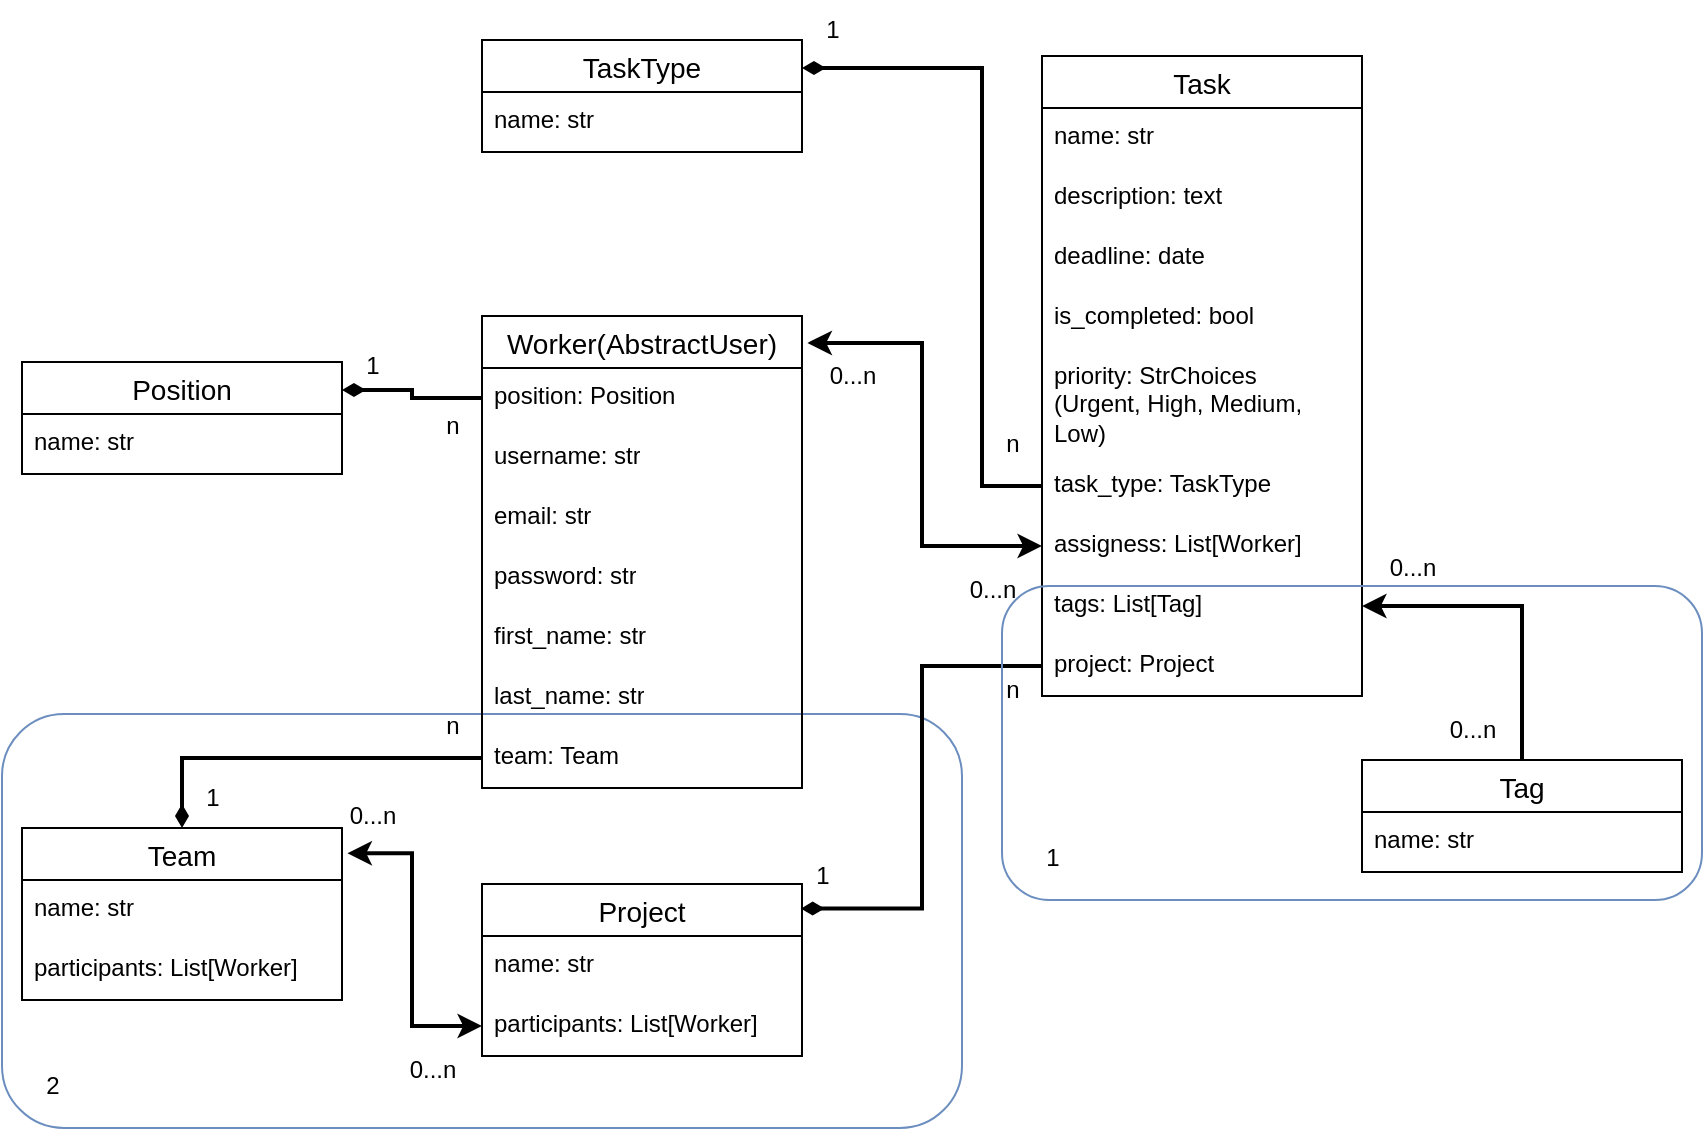
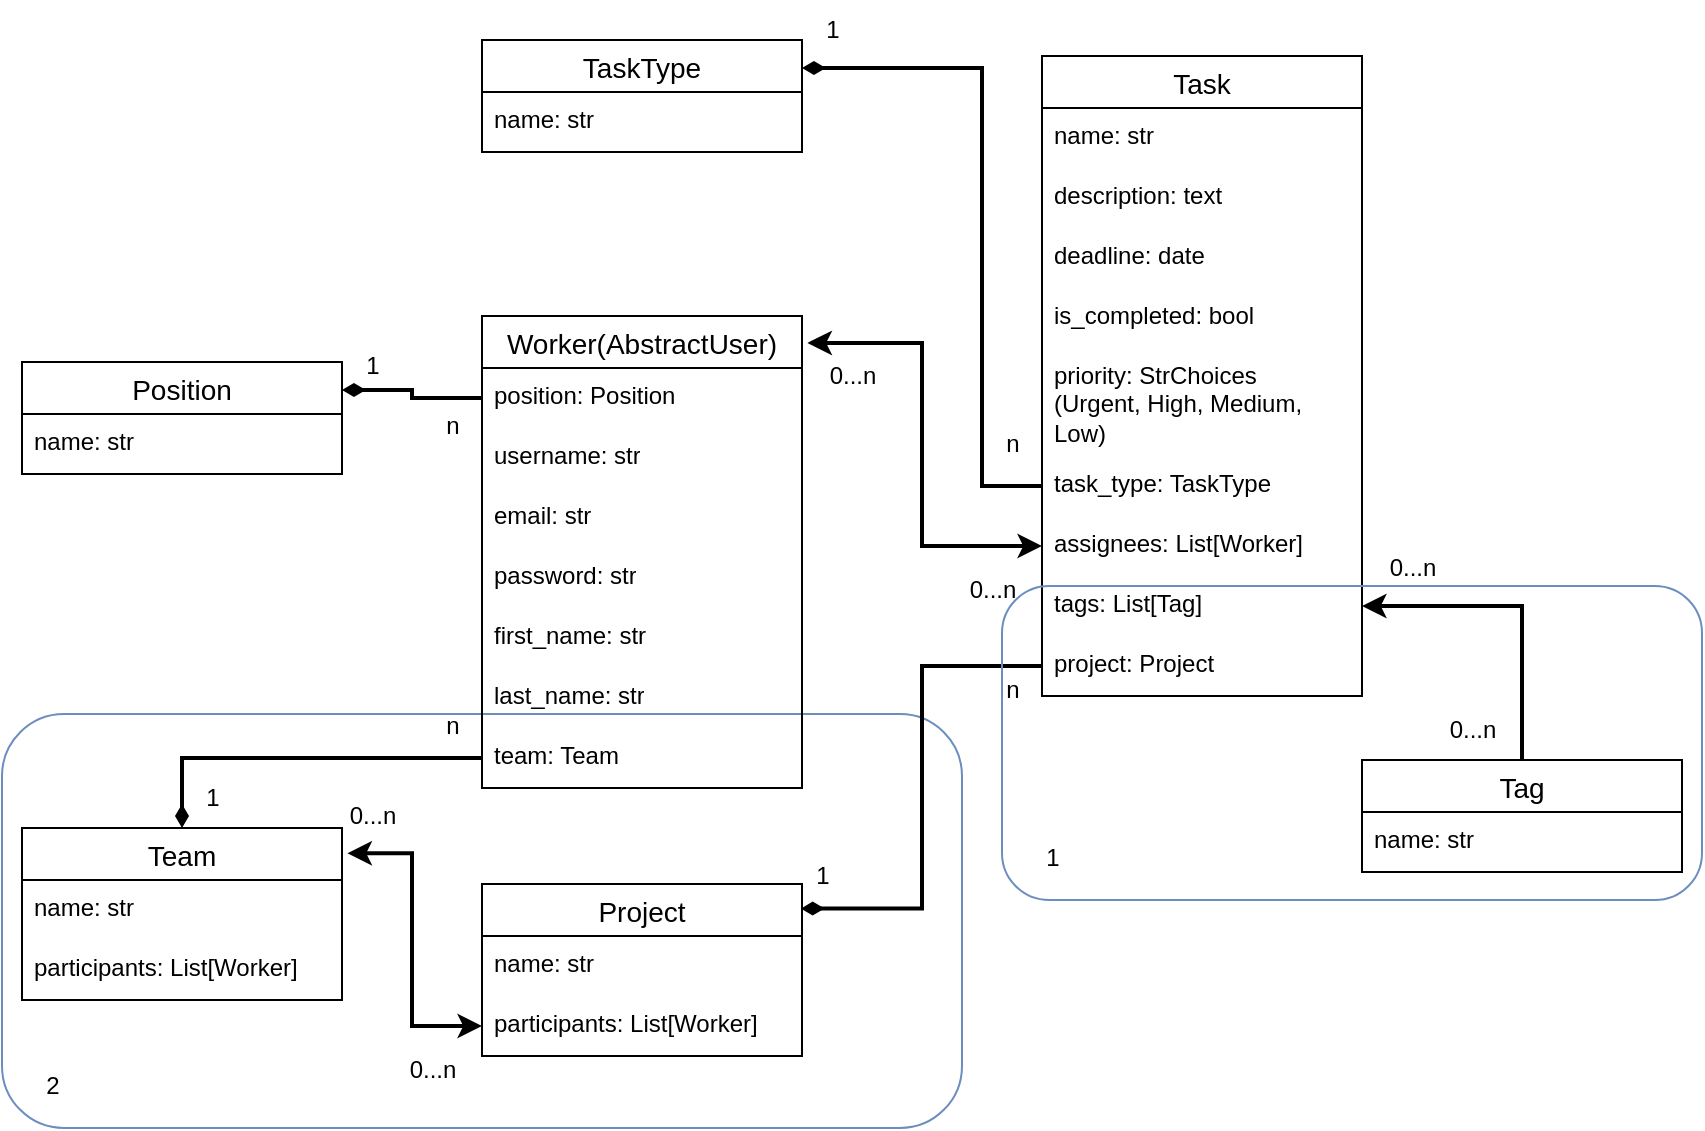
- <mxfile host="drawio-plugin" modified="2026-07-11T07:44:52.888Z" agent="Mozilla/5.0 (Windows NT 10.0; Win64; x64) AppleWebKit/537.36 (KHTML, like Gecko) Chrome/137.0.0.0 Safari/537.36" etag="0RXFD84kcVjQTI-eVDgB" version="22.1.22" type="embed">
+ <mxfile host="drawio-plugin" modified="2026-07-12T10:20:00.567Z" agent="Mozilla/5.0 (Windows NT 10.0; Win64; x64) AppleWebKit/537.36 (KHTML, like Gecko) Chrome/137.0.0.0 Safari/537.36" etag="QAbRwlPJ6KIt2CSxejyV" version="22.1.22" type="embed">
  <diagram id="lyL6K8bGwki3omDA8o6r" name="Page-1">
-     <mxGraphModel dx="899" dy="749" grid="1" gridSize="10" guides="1" tooltips="1" connect="1" arrows="1" fold="1" page="1" pageScale="1" pageWidth="850" pageHeight="1100" math="0" shadow="0">
+     <mxGraphModel dx="899" dy="453" grid="1" gridSize="10" guides="1" tooltips="1" connect="1" arrows="1" fold="1" page="1" pageScale="1" pageWidth="850" pageHeight="1100" math="0" shadow="0">
      <root>
        <mxCell id="0" />
        <mxCell id="1" parent="0" />
        <mxCell id="100" value="" style="rounded=1;whiteSpace=wrap;html=1;fillColor=none;strokeColor=#6c8ebf;gradientColor=none;" parent="1" vertex="1">
          <mxGeometry y="447" width="480" height="207" as="geometry" />
        </mxCell>
        <mxCell id="94" style="edgeStyle=orthogonalEdgeStyle;rounded=0;orthogonalLoop=1;jettySize=auto;html=1;exitX=1;exitY=0.25;exitDx=0;exitDy=0;entryX=0;entryY=0.5;entryDx=0;entryDy=0;endArrow=none;endFill=0;startArrow=diamondThin;startFill=1;strokeWidth=2;" parent="1" source="3" target="11" edge="1">
          <mxGeometry relative="1" as="geometry" />
        </mxCell>
        <mxCell id="3" value="Position" style="swimlane;fontStyle=0;childLayout=stackLayout;horizontal=1;startSize=26;horizontalStack=0;resizeParent=1;resizeParentMax=0;resizeLast=0;collapsible=1;marginBottom=0;align=center;fontSize=14;labelBackgroundColor=none;" parent="1" vertex="1">
          <mxGeometry x="10" y="271" width="160" height="56" as="geometry" />
        </mxCell>
        <mxCell id="4" value="name: str" style="text;strokeColor=none;fillColor=none;spacingLeft=4;spacingRight=4;overflow=hidden;rotatable=0;points=[[0,0.5],[1,0.5]];portConstraint=eastwest;fontSize=12;whiteSpace=wrap;html=1;labelBackgroundColor=none;" parent="3" vertex="1">
          <mxGeometry y="26" width="160" height="30" as="geometry" />
        </mxCell>
        <mxCell id="8" value="TaskType" style="swimlane;fontStyle=0;childLayout=stackLayout;horizontal=1;startSize=26;horizontalStack=0;resizeParent=1;resizeParentMax=0;resizeLast=0;collapsible=1;marginBottom=0;align=center;fontSize=14;labelBackgroundColor=none;" parent="1" vertex="1">
          <mxGeometry x="240" y="110" width="160" height="56" as="geometry" />
        </mxCell>
        <mxCell id="9" value="name: str" style="text;strokeColor=none;fillColor=none;spacingLeft=4;spacingRight=4;overflow=hidden;rotatable=0;points=[[0,0.5],[1,0.5]];portConstraint=eastwest;fontSize=12;whiteSpace=wrap;html=1;labelBackgroundColor=none;" parent="8" vertex="1">
          <mxGeometry y="26" width="160" height="30" as="geometry" />
        </mxCell>
        <mxCell id="10" value="Worker(AbstractUser)" style="swimlane;fontStyle=0;childLayout=stackLayout;horizontal=1;startSize=26;horizontalStack=0;resizeParent=1;resizeParentMax=0;resizeLast=0;collapsible=1;marginBottom=0;align=center;fontSize=14;labelBackgroundColor=none;" parent="1" vertex="1">
          <mxGeometry x="240" y="248" width="160" height="236" as="geometry" />
        </mxCell>
        <mxCell id="11" value="position: Position" style="text;strokeColor=none;fillColor=none;spacingLeft=4;spacingRight=4;overflow=hidden;rotatable=0;points=[[0,0.5],[1,0.5]];portConstraint=eastwest;fontSize=12;whiteSpace=wrap;html=1;labelBackgroundColor=none;" parent="10" vertex="1">
          <mxGeometry y="26" width="160" height="30" as="geometry" />
        </mxCell>
        <mxCell id="14" value="username: str" style="text;strokeColor=none;fillColor=none;spacingLeft=4;spacingRight=4;overflow=hidden;rotatable=0;points=[[0,0.5],[1,0.5]];portConstraint=eastwest;fontSize=12;whiteSpace=wrap;html=1;labelBackgroundColor=none;" parent="10" vertex="1">
          <mxGeometry y="56" width="160" height="30" as="geometry" />
        </mxCell>
        <mxCell id="15" value="email: str" style="text;strokeColor=none;fillColor=none;spacingLeft=4;spacingRight=4;overflow=hidden;rotatable=0;points=[[0,0.5],[1,0.5]];portConstraint=eastwest;fontSize=12;whiteSpace=wrap;html=1;labelBackgroundColor=none;" parent="10" vertex="1">
          <mxGeometry y="86" width="160" height="30" as="geometry" />
        </mxCell>
        <mxCell id="19" value="password: str" style="text;strokeColor=none;fillColor=none;spacingLeft=4;spacingRight=4;overflow=hidden;rotatable=0;points=[[0,0.5],[1,0.5]];portConstraint=eastwest;fontSize=12;whiteSpace=wrap;html=1;labelBackgroundColor=none;" parent="10" vertex="1">
          <mxGeometry y="116" width="160" height="30" as="geometry" />
        </mxCell>
        <mxCell id="20" value="first_name: str" style="text;strokeColor=none;fillColor=none;spacingLeft=4;spacingRight=4;overflow=hidden;rotatable=0;points=[[0,0.5],[1,0.5]];portConstraint=eastwest;fontSize=12;whiteSpace=wrap;html=1;labelBackgroundColor=none;" parent="10" vertex="1">
          <mxGeometry y="146" width="160" height="30" as="geometry" />
        </mxCell>
        <mxCell id="21" value="last_name: str" style="text;strokeColor=none;fillColor=none;spacingLeft=4;spacingRight=4;overflow=hidden;rotatable=0;points=[[0,0.5],[1,0.5]];portConstraint=eastwest;fontSize=12;whiteSpace=wrap;html=1;labelBackgroundColor=none;" parent="10" vertex="1">
          <mxGeometry y="176" width="160" height="30" as="geometry" />
        </mxCell>
        <mxCell id="95" value="team: Team" style="text;strokeColor=none;fillColor=none;spacingLeft=4;spacingRight=4;overflow=hidden;rotatable=0;points=[[0,0.5],[1,0.5]];portConstraint=eastwest;fontSize=12;whiteSpace=wrap;html=1;labelBackgroundColor=none;" parent="10" vertex="1">
          <mxGeometry y="206" width="160" height="30" as="geometry" />
        </mxCell>
        <mxCell id="22" value="Task" style="swimlane;fontStyle=0;childLayout=stackLayout;horizontal=1;startSize=26;horizontalStack=0;resizeParent=1;resizeParentMax=0;resizeLast=0;collapsible=1;marginBottom=0;align=center;fontSize=14;labelBackgroundColor=none;" parent="1" vertex="1">
          <mxGeometry x="520" y="118" width="160" height="320" as="geometry" />
        </mxCell>
        <mxCell id="23" value="name: str" style="text;strokeColor=none;fillColor=none;spacingLeft=4;spacingRight=4;overflow=hidden;rotatable=0;points=[[0,0.5],[1,0.5]];portConstraint=eastwest;fontSize=12;whiteSpace=wrap;html=1;labelBackgroundColor=none;" parent="22" vertex="1">
          <mxGeometry y="26" width="160" height="30" as="geometry" />
        </mxCell>
        <mxCell id="24" value="description: text" style="text;strokeColor=none;fillColor=none;spacingLeft=4;spacingRight=4;overflow=hidden;rotatable=0;points=[[0,0.5],[1,0.5]];portConstraint=eastwest;fontSize=12;whiteSpace=wrap;html=1;labelBackgroundColor=none;" parent="22" vertex="1">
          <mxGeometry y="56" width="160" height="30" as="geometry" />
        </mxCell>
        <mxCell id="25" value="deadline: date" style="text;strokeColor=none;fillColor=none;spacingLeft=4;spacingRight=4;overflow=hidden;rotatable=0;points=[[0,0.5],[1,0.5]];portConstraint=eastwest;fontSize=12;whiteSpace=wrap;html=1;labelBackgroundColor=none;" parent="22" vertex="1">
          <mxGeometry y="86" width="160" height="30" as="geometry" />
        </mxCell>
        <mxCell id="26" value="is_completed: bool" style="text;strokeColor=none;fillColor=none;spacingLeft=4;spacingRight=4;overflow=hidden;rotatable=0;points=[[0,0.5],[1,0.5]];portConstraint=eastwest;fontSize=12;whiteSpace=wrap;html=1;labelBackgroundColor=none;" parent="22" vertex="1">
          <mxGeometry y="116" width="160" height="30" as="geometry" />
        </mxCell>
        <mxCell id="27" value="priority: StrChoices&lt;br&gt;(Urgent, High, Medium, Low)" style="text;strokeColor=none;fillColor=none;spacingLeft=4;spacingRight=4;overflow=hidden;rotatable=0;points=[[0,0.5],[1,0.5]];portConstraint=eastwest;fontSize=12;whiteSpace=wrap;html=1;labelBackgroundColor=none;" parent="22" vertex="1">
          <mxGeometry y="146" width="160" height="54" as="geometry" />
        </mxCell>
        <mxCell id="28" value="task_type: TaskType" style="text;strokeColor=none;fillColor=none;spacingLeft=4;spacingRight=4;overflow=hidden;rotatable=0;points=[[0,0.5],[1,0.5]];portConstraint=eastwest;fontSize=12;whiteSpace=wrap;html=1;labelBackgroundColor=none;" parent="22" vertex="1">
          <mxGeometry y="200" width="160" height="30" as="geometry" />
        </mxCell>
-         <mxCell id="36" value="assigness: List[Worker]" style="text;strokeColor=none;fillColor=none;spacingLeft=4;spacingRight=4;overflow=hidden;rotatable=0;points=[[0,0.5],[1,0.5]];portConstraint=eastwest;fontSize=12;whiteSpace=wrap;html=1;labelBackgroundColor=none;" parent="22" vertex="1">
+         <mxCell id="36" value="assignees: List[Worker]" style="text;strokeColor=none;fillColor=none;spacingLeft=4;spacingRight=4;overflow=hidden;rotatable=0;points=[[0,0.5],[1,0.5]];portConstraint=eastwest;fontSize=12;whiteSpace=wrap;html=1;labelBackgroundColor=none;" parent="22" vertex="1">
          <mxGeometry y="230" width="160" height="30" as="geometry" />
        </mxCell>
        <mxCell id="66" value="tags: List[Tag]" style="text;strokeColor=none;fillColor=none;spacingLeft=4;spacingRight=4;overflow=hidden;rotatable=0;points=[[0,0.5],[1,0.5]];portConstraint=eastwest;fontSize=12;whiteSpace=wrap;html=1;labelBackgroundColor=none;" parent="22" vertex="1">
          <mxGeometry y="260" width="160" height="30" as="geometry" />
        </mxCell>
        <mxCell id="85" value="project: Project" style="text;strokeColor=none;fillColor=none;spacingLeft=4;spacingRight=4;overflow=hidden;rotatable=0;points=[[0,0.5],[1,0.5]];portConstraint=eastwest;fontSize=12;whiteSpace=wrap;html=1;labelBackgroundColor=none;" parent="22" vertex="1">
          <mxGeometry y="290" width="160" height="30" as="geometry" />
        </mxCell>
        <mxCell id="50" value="1" style="text;html=1;align=center;verticalAlign=middle;resizable=0;points=[];autosize=1;strokeColor=none;fillColor=none;labelBackgroundColor=none;" parent="1" vertex="1">
          <mxGeometry x="170" y="258" width="30" height="30" as="geometry" />
        </mxCell>
        <mxCell id="51" value="n" style="text;html=1;align=center;verticalAlign=middle;resizable=0;points=[];autosize=1;strokeColor=none;fillColor=none;labelBackgroundColor=none;" parent="1" vertex="1">
          <mxGeometry x="210" y="288" width="30" height="30" as="geometry" />
        </mxCell>
        <mxCell id="53" style="edgeStyle=orthogonalEdgeStyle;rounded=0;orthogonalLoop=1;jettySize=auto;html=1;exitX=0;exitY=0.5;exitDx=0;exitDy=0;entryX=1.017;entryY=0.057;entryDx=0;entryDy=0;entryPerimeter=0;strokeWidth=2;startArrow=classic;startFill=1;labelBackgroundColor=none;fontColor=default;" parent="1" source="36" target="10" edge="1">
          <mxGeometry relative="1" as="geometry" />
        </mxCell>
        <mxCell id="54" value="0...n" style="text;html=1;align=center;verticalAlign=middle;resizable=0;points=[];autosize=1;strokeColor=none;fillColor=none;labelBackgroundColor=none;" parent="1" vertex="1">
          <mxGeometry x="400" y="263" width="50" height="30" as="geometry" />
        </mxCell>
        <mxCell id="56" value="0...n" style="text;html=1;align=center;verticalAlign=middle;resizable=0;points=[];autosize=1;strokeColor=none;fillColor=none;labelBackgroundColor=none;" parent="1" vertex="1">
          <mxGeometry x="470" y="370" width="50" height="30" as="geometry" />
        </mxCell>
        <mxCell id="59" style="edgeStyle=orthogonalEdgeStyle;rounded=0;orthogonalLoop=1;jettySize=auto;html=1;exitX=0;exitY=0.5;exitDx=0;exitDy=0;entryX=1;entryY=0.25;entryDx=0;entryDy=0;endArrow=diamondThin;endFill=1;startArrow=none;startFill=0;strokeWidth=2;labelBackgroundColor=none;fontColor=default;" parent="1" source="28" target="8" edge="1">
          <mxGeometry relative="1" as="geometry">
            <Array as="points">
              <mxPoint x="490" y="333" />
              <mxPoint x="490" y="124" />
            </Array>
          </mxGeometry>
        </mxCell>
        <mxCell id="60" value="1" style="text;html=1;align=center;verticalAlign=middle;resizable=0;points=[];autosize=1;strokeColor=none;fillColor=none;labelBackgroundColor=none;" parent="1" vertex="1">
          <mxGeometry x="400" y="90" width="30" height="30" as="geometry" />
        </mxCell>
        <mxCell id="61" value="n" style="text;html=1;align=center;verticalAlign=middle;resizable=0;points=[];autosize=1;strokeColor=none;fillColor=none;labelBackgroundColor=none;" parent="1" vertex="1">
          <mxGeometry x="490" y="297" width="30" height="30" as="geometry" />
        </mxCell>
        <mxCell id="81" style="edgeStyle=orthogonalEdgeStyle;rounded=0;orthogonalLoop=1;jettySize=auto;html=1;exitX=0.5;exitY=0;exitDx=0;exitDy=0;entryX=1;entryY=0.5;entryDx=0;entryDy=0;labelBackgroundColor=none;fontColor=default;strokeWidth=2;" parent="1" source="63" target="66" edge="1">
          <mxGeometry relative="1" as="geometry" />
        </mxCell>
        <mxCell id="63" value="Tag" style="swimlane;fontStyle=0;childLayout=stackLayout;horizontal=1;startSize=26;horizontalStack=0;resizeParent=1;resizeParentMax=0;resizeLast=0;collapsible=1;marginBottom=0;align=center;fontSize=14;labelBackgroundColor=none;" parent="1" vertex="1">
          <mxGeometry x="680" y="470" width="160" height="56" as="geometry" />
        </mxCell>
        <mxCell id="64" value="name: str" style="text;strokeColor=none;fillColor=none;spacingLeft=4;spacingRight=4;overflow=hidden;rotatable=0;points=[[0,0.5],[1,0.5]];portConstraint=eastwest;fontSize=12;whiteSpace=wrap;html=1;labelBackgroundColor=none;" parent="63" vertex="1">
          <mxGeometry y="26" width="160" height="30" as="geometry" />
        </mxCell>
        <mxCell id="69" value="0...n" style="text;html=1;align=center;verticalAlign=middle;resizable=0;points=[];autosize=1;strokeColor=none;fillColor=none;labelBackgroundColor=none;" parent="1" vertex="1">
          <mxGeometry x="710" y="440" width="50" height="30" as="geometry" />
        </mxCell>
        <mxCell id="70" value="0...n" style="text;html=1;align=center;verticalAlign=middle;resizable=0;points=[];autosize=1;strokeColor=none;fillColor=none;labelBackgroundColor=none;" parent="1" vertex="1">
          <mxGeometry x="680" y="359" width="50" height="30" as="geometry" />
        </mxCell>
        <mxCell id="74" value="Team " style="swimlane;fontStyle=0;childLayout=stackLayout;horizontal=1;startSize=26;horizontalStack=0;resizeParent=1;resizeParentMax=0;resizeLast=0;collapsible=1;marginBottom=0;align=center;fontSize=14;labelBackgroundColor=none;" parent="1" vertex="1">
          <mxGeometry x="10" y="504" width="160" height="86" as="geometry" />
        </mxCell>
        <mxCell id="75" value="name: str" style="text;strokeColor=none;fillColor=none;spacingLeft=4;spacingRight=4;overflow=hidden;rotatable=0;points=[[0,0.5],[1,0.5]];portConstraint=eastwest;fontSize=12;whiteSpace=wrap;html=1;labelBackgroundColor=none;" parent="74" vertex="1">
          <mxGeometry y="26" width="160" height="30" as="geometry" />
        </mxCell>
        <mxCell id="76" value="participants: List[Worker]" style="text;strokeColor=none;fillColor=none;spacingLeft=4;spacingRight=4;overflow=hidden;rotatable=0;points=[[0,0.5],[1,0.5]];portConstraint=eastwest;fontSize=12;whiteSpace=wrap;html=1;labelBackgroundColor=none;" parent="74" vertex="1">
          <mxGeometry y="56" width="160" height="30" as="geometry" />
        </mxCell>
        <mxCell id="77" value="Project" style="swimlane;fontStyle=0;childLayout=stackLayout;horizontal=1;startSize=26;horizontalStack=0;resizeParent=1;resizeParentMax=0;resizeLast=0;collapsible=1;marginBottom=0;align=center;fontSize=14;labelBackgroundColor=none;" parent="1" vertex="1">
          <mxGeometry x="240" y="532" width="160" height="86" as="geometry" />
        </mxCell>
        <mxCell id="78" value="name: str" style="text;strokeColor=none;fillColor=none;spacingLeft=4;spacingRight=4;overflow=hidden;rotatable=0;points=[[0,0.5],[1,0.5]];portConstraint=eastwest;fontSize=12;whiteSpace=wrap;html=1;labelBackgroundColor=none;" parent="77" vertex="1">
          <mxGeometry y="26" width="160" height="30" as="geometry" />
        </mxCell>
        <mxCell id="79" value="participants: List[Worker]" style="text;strokeColor=none;fillColor=none;spacingLeft=4;spacingRight=4;overflow=hidden;rotatable=0;points=[[0,0.5],[1,0.5]];portConstraint=eastwest;fontSize=12;whiteSpace=wrap;html=1;labelBackgroundColor=none;" parent="77" vertex="1">
          <mxGeometry y="56" width="160" height="30" as="geometry" />
        </mxCell>
        <mxCell id="80" style="edgeStyle=orthogonalEdgeStyle;rounded=0;orthogonalLoop=1;jettySize=auto;html=1;exitX=0;exitY=0.5;exitDx=0;exitDy=0;entryX=1.017;entryY=0.147;entryDx=0;entryDy=0;entryPerimeter=0;endArrow=classic;endFill=1;startArrow=classic;startFill=1;labelBackgroundColor=none;fontColor=default;strokeWidth=2;" parent="1" source="79" target="74" edge="1">
          <mxGeometry relative="1" as="geometry" />
        </mxCell>
        <mxCell id="83" value="0...n" style="text;html=1;align=center;verticalAlign=middle;resizable=0;points=[];autosize=1;strokeColor=none;fillColor=none;labelBackgroundColor=none;" parent="1" vertex="1">
          <mxGeometry x="190" y="610" width="50" height="30" as="geometry" />
        </mxCell>
        <mxCell id="84" value="0...n" style="text;html=1;align=center;verticalAlign=middle;resizable=0;points=[];autosize=1;strokeColor=none;fillColor=none;labelBackgroundColor=none;" parent="1" vertex="1">
          <mxGeometry x="160" y="483" width="50" height="30" as="geometry" />
        </mxCell>
        <mxCell id="86" style="edgeStyle=orthogonalEdgeStyle;rounded=0;orthogonalLoop=1;jettySize=auto;html=1;exitX=0;exitY=0.5;exitDx=0;exitDy=0;entryX=0.996;entryY=0.143;entryDx=0;entryDy=0;entryPerimeter=0;endArrow=diamondThin;endFill=1;strokeWidth=2;" parent="1" source="85" target="77" edge="1">
          <mxGeometry relative="1" as="geometry" />
        </mxCell>
        <mxCell id="87" value="1" style="text;html=1;align=center;verticalAlign=middle;resizable=0;points=[];autosize=1;strokeColor=none;fillColor=none;labelBackgroundColor=none;" parent="1" vertex="1">
          <mxGeometry x="395" y="513" width="30" height="30" as="geometry" />
        </mxCell>
        <mxCell id="88" value="n" style="text;html=1;align=center;verticalAlign=middle;resizable=0;points=[];autosize=1;strokeColor=none;fillColor=none;labelBackgroundColor=none;" parent="1" vertex="1">
          <mxGeometry x="490" y="420" width="30" height="30" as="geometry" />
        </mxCell>
        <mxCell id="96" style="edgeStyle=orthogonalEdgeStyle;rounded=0;orthogonalLoop=1;jettySize=auto;html=1;exitX=0;exitY=0.5;exitDx=0;exitDy=0;entryX=0.5;entryY=0;entryDx=0;entryDy=0;strokeWidth=2;endArrow=diamondThin;endFill=1;" parent="1" source="95" target="74" edge="1">
          <mxGeometry relative="1" as="geometry" />
        </mxCell>
        <mxCell id="98" value="n" style="text;html=1;align=center;verticalAlign=middle;resizable=0;points=[];autosize=1;strokeColor=none;fillColor=none;labelBackgroundColor=none;" parent="1" vertex="1">
          <mxGeometry x="210" y="438" width="30" height="30" as="geometry" />
        </mxCell>
        <mxCell id="99" value="1" style="text;html=1;align=center;verticalAlign=middle;resizable=0;points=[];autosize=1;strokeColor=none;fillColor=none;labelBackgroundColor=none;" parent="1" vertex="1">
          <mxGeometry x="90" y="474" width="30" height="30" as="geometry" />
        </mxCell>
        <mxCell id="101" value="2" style="text;html=1;align=center;verticalAlign=middle;resizable=0;points=[];autosize=1;strokeColor=none;fillColor=none;" parent="1" vertex="1">
          <mxGeometry x="10" y="618" width="30" height="30" as="geometry" />
        </mxCell>
        <mxCell id="102" value="" style="rounded=1;whiteSpace=wrap;html=1;fillColor=none;strokeColor=#6c8ebf;gradientColor=none;" parent="1" vertex="1">
          <mxGeometry x="500" y="383" width="350" height="157" as="geometry" />
        </mxCell>
        <mxCell id="103" value="1" style="text;html=1;align=center;verticalAlign=middle;resizable=0;points=[];autosize=1;strokeColor=none;fillColor=none;" parent="1" vertex="1">
          <mxGeometry x="510" y="504" width="30" height="30" as="geometry" />
        </mxCell>
      </root>
    </mxGraphModel>
  </diagram>
</mxfile>
